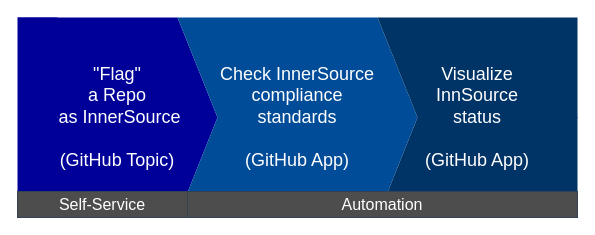
Above: docs/images/process-steps.drawio in github-innersource/innersource-ready-report (draw.io), before the change. Source tidied: cells renumbered, new cells numbered last; positions are measured from the earlier drawing's top-left corner, leaving out a move shared by most shapes. Both pictures are drawn from the tidied source at 100%, with x=0, y=0 at pixel (17, 17).
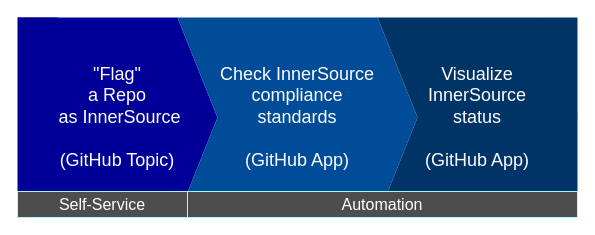
Above is the later version.

Diff of the diagram source:
```diff
@@
 <mxGraphModel>
   <root>
     <mxCell id="0" />
     <mxCell id="1" parent="0" />
     <mxCell id="2" value="&quot;Flag&quot; &lt;br&gt;a Repo&lt;br&gt;&amp;nbsp;as InnerSource&lt;br&gt;&lt;br&gt;(GitHub Topic)" style="shape=step;perimeter=stepPerimeter;whiteSpace=wrap;html=1;fixedSize=1;size=40;fontSize=18;align=center;strokeColor=none;fillColor=#000099;fontColor=#ffffff;verticalAlign=middle;" parent="1" vertex="1">
       <mxGeometry width="200" height="200" as="geometry" />
     </mxCell>
     <mxCell id="3" value="Check InnerSource &lt;br&gt;compliance &lt;br&gt;standards&lt;br&gt;&lt;br&gt;(GitHub App)" style="shape=step;perimeter=stepPerimeter;whiteSpace=wrap;html=1;fixedSize=1;size=40;fontSize=18;fillColor=#004C99;fontColor=#ffffff;strokeColor=none;" parent="1" vertex="1">
       <mxGeometry x="160" width="240" height="200" as="geometry" />
     </mxCell>
-    <mxCell id="4" value="Visualize &lt;br&gt;InnSource &lt;br&gt;status&lt;br&gt;&lt;br&gt;(GitHub App)" style="shape=step;perimeter=stepPerimeter;whiteSpace=wrap;html=1;fixedSize=1;size=40;fontSize=18;strokeColor=none;fillColor=#003366;fontColor=#ffffff;" parent="1" vertex="1">
+    <mxCell id="4" value="Visualize &lt;br&gt;InnerSource &lt;br&gt;status&lt;br&gt;&lt;br&gt;(GitHub App)" style="shape=step;perimeter=stepPerimeter;whiteSpace=wrap;html=1;fixedSize=1;size=40;fontSize=18;strokeColor=none;fillColor=#003366;fontColor=#ffffff;" parent="1" vertex="1">
       <mxGeometry x="360" width="200" height="200" as="geometry" />
     </mxCell>
     <mxCell id="5" style="rounded=0;whiteSpace=wrap;html=1;fontSize=18;strokeColor=none;fillColor=#000099;fontColor=#ffffff;" parent="1" vertex="1">
       <mxGeometry width="40" height="200" as="geometry" />
     </mxCell>
     <mxCell id="6" style="rounded=0;whiteSpace=wrap;html=1;fontSize=18;strokeColor=none;fillColor=#003366;fontColor=#ffffff;" parent="1" vertex="1">
       <mxGeometry x="520" width="40" height="200" as="geometry" />
     </mxCell>
-    <mxCell id="7" value="Self-Service" style="rounded=0;whiteSpace=wrap;html=1;fillColor=#4D4D4D;fontColor=#ffffff;strokeColor=#314354;fontSize=16;" parent="1" vertex="1">
+    <mxCell id="7" value="Self-Service" style="rounded=0;whiteSpace=wrap;html=1;fillColor=#4D4D4D;fontColor=#ffffff;strokeColor=#99FFFF;fontSize=16;" parent="1" vertex="1">
       <mxGeometry y="174" width="170" height="26" as="geometry" />
     </mxCell>
-    <mxCell id="8" value="Automation" style="rounded=0;whiteSpace=wrap;html=1;fillColor=#4D4D4D;fontColor=#ffffff;strokeColor=#314354;fontSize=16;" parent="1" vertex="1">
+    <mxCell id="8" value="Automation" style="rounded=0;whiteSpace=wrap;html=1;fillColor=#4D4D4D;fontColor=#ffffff;strokeColor=#99FFFF;fontSize=16;" parent="1" vertex="1">
       <mxGeometry x="170" y="174" width="390" height="26" as="geometry" />
     </mxCell>
   </root>
 </mxGraphModel>
```
